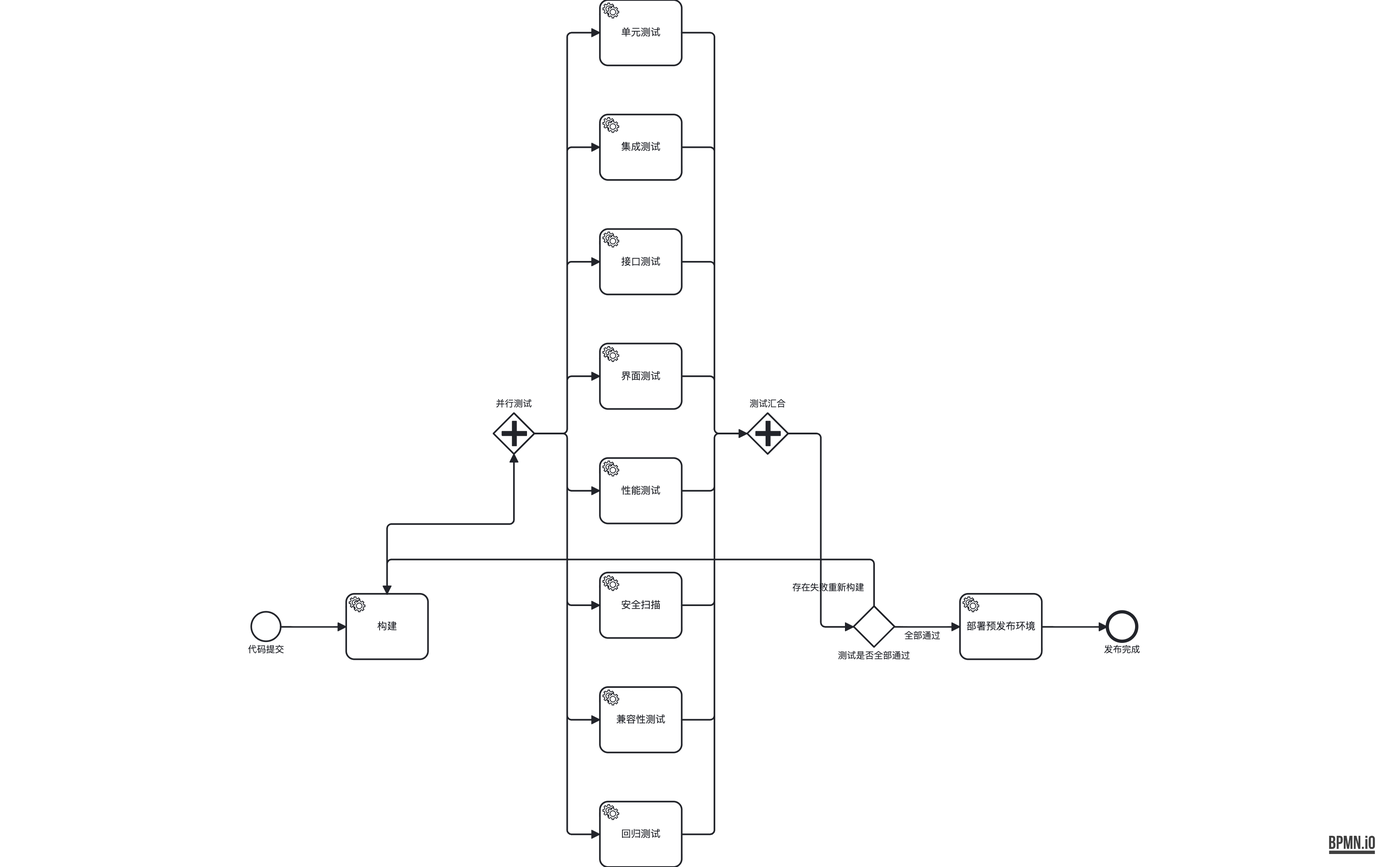
LcpMarvel/tramito-layout keeps this BPMN diagram as out-bpmn-png/101-cicd-parallel-rollback.png. Above is the earlier version. Its source is kept beside it as out-xml/101-cicd-parallel-rollback.bpmn. Ids are renumbered. Source of this version:
```xml
<bpmn:definitions xmlns:bpmn="http://www.omg.org/spec/BPMN/20100524/MODEL" xmlns:bpmndi="http://www.omg.org/spec/BPMN/20100524/DI" xmlns:dc="http://www.omg.org/spec/DD/20100524/DC" xmlns:di="http://www.omg.org/spec/DD/20100524/DI" id="definitions_cicd_parallel_rollback" targetNamespace="http://example.com/cicd-parallel-rollback" exporter="ELK-BPMN Test Generator" exporterVersion="1.0">
  <bpmn:process id="process_cicd" name="持续集成发布流水线" isExecutable="true">
    <bpmn:startEvent id="start_commit" name="代码提交">
      <bpmn:outgoing>f_commit_build</bpmn:outgoing>
    </bpmn:startEvent>
    <bpmn:serviceTask id="task_build" name="构建">
      <bpmn:incoming>f_commit_build</bpmn:incoming>
      <bpmn:incoming>f_check_fail</bpmn:incoming>
      <bpmn:outgoing>f_build_fork</bpmn:outgoing>
    </bpmn:serviceTask>
    <bpmn:parallelGateway id="gw_fork_tests" name="并行测试" gatewayDirection="Diverging">
      <bpmn:incoming>f_build_fork</bpmn:incoming>
      <bpmn:outgoing>f_fork_unit</bpmn:outgoing>
      <bpmn:outgoing>f_fork_integration</bpmn:outgoing>
      <bpmn:outgoing>f_fork_api</bpmn:outgoing>
      <bpmn:outgoing>f_fork_ui</bpmn:outgoing>
      <bpmn:outgoing>f_fork_perf</bpmn:outgoing>
      <bpmn:outgoing>f_fork_security</bpmn:outgoing>
      <bpmn:outgoing>f_fork_compat</bpmn:outgoing>
      <bpmn:outgoing>f_fork_regression</bpmn:outgoing>
    </bpmn:parallelGateway>
    <bpmn:serviceTask id="task_test_unit" name="单元测试">
      <bpmn:incoming>f_fork_unit</bpmn:incoming>
      <bpmn:outgoing>f_unit_join</bpmn:outgoing>
    </bpmn:serviceTask>
    <bpmn:serviceTask id="task_test_integration" name="集成测试">
      <bpmn:incoming>f_fork_integration</bpmn:incoming>
      <bpmn:outgoing>f_integration_join</bpmn:outgoing>
    </bpmn:serviceTask>
    <bpmn:serviceTask id="task_test_api" name="接口测试">
      <bpmn:incoming>f_fork_api</bpmn:incoming>
      <bpmn:outgoing>f_api_join</bpmn:outgoing>
    </bpmn:serviceTask>
    <bpmn:serviceTask id="task_test_ui" name="界面测试">
      <bpmn:incoming>f_fork_ui</bpmn:incoming>
      <bpmn:outgoing>f_ui_join</bpmn:outgoing>
    </bpmn:serviceTask>
    <bpmn:serviceTask id="task_test_perf" name="性能测试">
      <bpmn:incoming>f_fork_perf</bpmn:incoming>
      <bpmn:outgoing>f_perf_join</bpmn:outgoing>
    </bpmn:serviceTask>
    <bpmn:serviceTask id="task_test_security" name="安全扫描">
      <bpmn:incoming>f_fork_security</bpmn:incoming>
      <bpmn:outgoing>f_security_join</bpmn:outgoing>
    </bpmn:serviceTask>
    <bpmn:serviceTask id="task_test_compat" name="兼容性测试">
      <bpmn:incoming>f_fork_compat</bpmn:incoming>
      <bpmn:outgoing>f_compat_join</bpmn:outgoing>
    </bpmn:serviceTask>
    <bpmn:serviceTask id="task_test_regression" name="回归测试">
      <bpmn:incoming>f_fork_regression</bpmn:incoming>
      <bpmn:outgoing>f_regression_join</bpmn:outgoing>
    </bpmn:serviceTask>
    <bpmn:parallelGateway id="gw_join_tests" name="测试汇合" gatewayDirection="Converging">
      <bpmn:incoming>f_unit_join</bpmn:incoming>
      <bpmn:incoming>f_integration_join</bpmn:incoming>
      <bpmn:incoming>f_api_join</bpmn:incoming>
      <bpmn:incoming>f_ui_join</bpmn:incoming>
      <bpmn:incoming>f_perf_join</bpmn:incoming>
      <bpmn:incoming>f_security_join</bpmn:incoming>
      <bpmn:incoming>f_compat_join</bpmn:incoming>
      <bpmn:incoming>f_regression_join</bpmn:incoming>
      <bpmn:outgoing>f_join_check</bpmn:outgoing>
    </bpmn:parallelGateway>
    <bpmn:exclusiveGateway id="gw_check_result" name="测试是否全部通过" gatewayDirection="Diverging">
      <bpmn:incoming>f_join_check</bpmn:incoming>
      <bpmn:outgoing>f_check_fail</bpmn:outgoing>
      <bpmn:outgoing>f_check_pass</bpmn:outgoing>
    </bpmn:exclusiveGateway>
    <bpmn:serviceTask id="task_deploy" name="部署预发布环境">
      <bpmn:incoming>f_check_pass</bpmn:incoming>
      <bpmn:outgoing>f_deploy_release</bpmn:outgoing>
    </bpmn:serviceTask>
    <bpmn:endEvent id="end_released" name="发布完成">
      <bpmn:incoming>f_deploy_release</bpmn:incoming>
    </bpmn:endEvent>
    <bpmn:sequenceFlow id="f_commit_build" sourceRef="start_commit" targetRef="task_build" />
    <bpmn:sequenceFlow id="f_build_fork" sourceRef="task_build" targetRef="gw_fork_tests" />
    <bpmn:sequenceFlow id="f_fork_unit" sourceRef="gw_fork_tests" targetRef="task_test_unit" />
    <bpmn:sequenceFlow id="f_fork_integration" sourceRef="gw_fork_tests" targetRef="task_test_integration" />
    <bpmn:sequenceFlow id="f_fork_api" sourceRef="gw_fork_tests" targetRef="task_test_api" />
    <bpmn:sequenceFlow id="f_fork_ui" sourceRef="gw_fork_tests" targetRef="task_test_ui" />
    <bpmn:sequenceFlow id="f_fork_perf" sourceRef="gw_fork_tests" targetRef="task_test_perf" />
    <bpmn:sequenceFlow id="f_fork_security" sourceRef="gw_fork_tests" targetRef="task_test_security" />
    <bpmn:sequenceFlow id="f_fork_compat" sourceRef="gw_fork_tests" targetRef="task_test_compat" />
    <bpmn:sequenceFlow id="f_fork_regression" sourceRef="gw_fork_tests" targetRef="task_test_regression" />
    <bpmn:sequenceFlow id="f_unit_join" sourceRef="task_test_unit" targetRef="gw_join_tests" />
    <bpmn:sequenceFlow id="f_integration_join" sourceRef="task_test_integration" targetRef="gw_join_tests" />
    <bpmn:sequenceFlow id="f_api_join" sourceRef="task_test_api" targetRef="gw_join_tests" />
    <bpmn:sequenceFlow id="f_ui_join" sourceRef="task_test_ui" targetRef="gw_join_tests" />
    <bpmn:sequenceFlow id="f_perf_join" sourceRef="task_test_perf" targetRef="gw_join_tests" />
    <bpmn:sequenceFlow id="f_security_join" sourceRef="task_test_security" targetRef="gw_join_tests" />
    <bpmn:sequenceFlow id="f_compat_join" sourceRef="task_test_compat" targetRef="gw_join_tests" />
    <bpmn:sequenceFlow id="f_regression_join" sourceRef="task_test_regression" targetRef="gw_join_tests" />
    <bpmn:sequenceFlow id="f_join_check" sourceRef="gw_join_tests" targetRef="gw_check_result" />
    <bpmn:sequenceFlow id="f_check_fail" name="存在失败重新构建" sourceRef="gw_check_result" targetRef="task_build" />
    <bpmn:sequenceFlow id="f_check_pass" name="全部通过" sourceRef="gw_check_result" targetRef="task_deploy" />
    <bpmn:sequenceFlow id="f_deploy_release" sourceRef="task_deploy" targetRef="end_released" />
  </bpmn:process>
  <bpmndi:BPMNDiagram id="BPMNDiagram_definitions_cicd_parallel_rollback" name="BPMNDiagram">
    <bpmndi:BPMNPlane id="BPMNPlane_definitions_cicd_parallel_rollback" bpmnElement="process_cicd">
      <bpmndi:BPMNShape id="process_cicd_di" bpmnElement="process_cicd">
        <dc:Bounds x="0" y="0" width="1164" height="1134.9999999999998" />
      </bpmndi:BPMNShape>
      <bpmndi:BPMNShape id="start_commit_di" bpmnElement="start_commit">
        <dc:Bounds x="62" y="780.3888888888889" width="36" height="36" />
        <bpmndi:BPMNLabel>
          <dc:Bounds x="52" y="820.3888888888889" width="56" height="14" />
        </bpmndi:BPMNLabel>
      </bpmndi:BPMNShape>
      <bpmndi:BPMNShape id="task_build_di" bpmnElement="task_build">
        <dc:Bounds x="178" y="758.3888888888889" width="100" height="80" />
      </bpmndi:BPMNShape>
      <bpmndi:BPMNShape id="gw_fork_tests_di" bpmnElement="gw_fork_tests">
        <dc:Bounds x="358" y="537" width="50" height="50" />
        <bpmndi:BPMNLabel>
          <dc:Bounds x="355" y="519" width="56" height="14" />
        </bpmndi:BPMNLabel>
      </bpmndi:BPMNShape>
      <bpmndi:BPMNShape id="task_test_unit_di" bpmnElement="task_test_unit">
        <dc:Bounds x="488" y="32" width="100" height="80" />
      </bpmndi:BPMNShape>
      <bpmndi:BPMNShape id="task_test_integration_di" bpmnElement="task_test_integration">
        <dc:Bounds x="488" y="172" width="100" height="80" />
      </bpmndi:BPMNShape>
      <bpmndi:BPMNShape id="task_test_api_di" bpmnElement="task_test_api">
        <dc:Bounds x="488" y="312" width="100" height="80" />
      </bpmndi:BPMNShape>
      <bpmndi:BPMNShape id="task_test_ui_di" bpmnElement="task_test_ui">
        <dc:Bounds x="488" y="452" width="100" height="80" />
      </bpmndi:BPMNShape>
      <bpmndi:BPMNShape id="task_test_perf_di" bpmnElement="task_test_perf">
        <dc:Bounds x="488" y="592" width="100" height="80" />
      </bpmndi:BPMNShape>
      <bpmndi:BPMNShape id="task_test_security_di" bpmnElement="task_test_security">
        <dc:Bounds x="488" y="732" width="100" height="80" />
      </bpmndi:BPMNShape>
      <bpmndi:BPMNShape id="task_test_compat_di" bpmnElement="task_test_compat">
        <dc:Bounds x="488" y="872" width="100" height="80" />
      </bpmndi:BPMNShape>
      <bpmndi:BPMNShape id="task_test_regression_di" bpmnElement="task_test_regression">
        <dc:Bounds x="488" y="1012" width="100" height="80" />
      </bpmndi:BPMNShape>
      <bpmndi:BPMNShape id="gw_join_tests_di" bpmnElement="gw_join_tests">
        <dc:Bounds x="668" y="537" width="50" height="50" />
        <bpmndi:BPMNLabel>
          <dc:Bounds x="665" y="519" width="56" height="14" />
        </bpmndi:BPMNLabel>
      </bpmndi:BPMNShape>
      <bpmndi:BPMNShape id="gw_check_result_di" bpmnElement="gw_check_result">
        <dc:Bounds x="798" y="773.3888888888889" width="50" height="50" />
        <bpmndi:BPMNLabel>
          <dc:Bounds x="767" y="827.3888888888889" width="112" height="14" />
        </bpmndi:BPMNLabel>
      </bpmndi:BPMNShape>
      <bpmndi:BPMNShape id="task_deploy_di" bpmnElement="task_deploy">
        <dc:Bounds x="928" y="758.3888888888889" width="100" height="80" />
      </bpmndi:BPMNShape>
      <bpmndi:BPMNShape id="end_released_di" bpmnElement="end_released">
        <dc:Bounds x="1108" y="780.3888888888889" width="36" height="36" />
        <bpmndi:BPMNLabel>
          <dc:Bounds x="1098" y="820.3888888888889" width="56" height="14" />
        </bpmndi:BPMNLabel>
      </bpmndi:BPMNShape>
      <bpmndi:BPMNEdge id="f_commit_build_di" bpmnElement="f_commit_build">
        <di:waypoint x="98" y="798.3888888888889" />
        <di:waypoint x="178" y="798.3888888888889" />
      </bpmndi:BPMNEdge>
      <bpmndi:BPMNEdge id="f_build_fork_di" bpmnElement="f_build_fork">
        <di:waypoint x="228" y="758.3888888888889" />
        <di:waypoint x="228" y="672.6944444444445" />
        <di:waypoint x="383" y="672.6944444444445" />
        <di:waypoint x="383" y="587" />
      </bpmndi:BPMNEdge>
      <bpmndi:BPMNEdge id="f_fork_unit_di" bpmnElement="f_fork_unit">
        <di:waypoint x="408" y="562" />
        <di:waypoint x="448" y="562" />
        <di:waypoint x="448" y="72" />
        <di:waypoint x="488" y="72" />
      </bpmndi:BPMNEdge>
      <bpmndi:BPMNEdge id="f_fork_integration_di" bpmnElement="f_fork_integration">
        <di:waypoint x="408" y="562" />
        <di:waypoint x="448" y="562" />
        <di:waypoint x="448" y="212" />
        <di:waypoint x="488" y="212" />
      </bpmndi:BPMNEdge>
      <bpmndi:BPMNEdge id="f_fork_api_di" bpmnElement="f_fork_api">
        <di:waypoint x="408" y="562" />
        <di:waypoint x="448" y="562" />
        <di:waypoint x="448" y="352" />
        <di:waypoint x="488" y="352" />
      </bpmndi:BPMNEdge>
      <bpmndi:BPMNEdge id="f_fork_ui_di" bpmnElement="f_fork_ui">
        <di:waypoint x="408" y="562" />
        <di:waypoint x="448" y="562" />
        <di:waypoint x="448" y="492" />
        <di:waypoint x="488" y="492" />
      </bpmndi:BPMNEdge>
      <bpmndi:BPMNEdge id="f_fork_perf_di" bpmnElement="f_fork_perf">
        <di:waypoint x="408" y="562" />
        <di:waypoint x="448" y="562" />
        <di:waypoint x="448" y="632" />
        <di:waypoint x="488" y="632" />
      </bpmndi:BPMNEdge>
      <bpmndi:BPMNEdge id="f_fork_security_di" bpmnElement="f_fork_security">
        <di:waypoint x="408" y="562" />
        <di:waypoint x="448" y="562" />
        <di:waypoint x="448" y="772" />
        <di:waypoint x="488" y="772" />
      </bpmndi:BPMNEdge>
      <bpmndi:BPMNEdge id="f_fork_compat_di" bpmnElement="f_fork_compat">
        <di:waypoint x="408" y="562" />
        <di:waypoint x="448" y="562" />
        <di:waypoint x="448" y="912" />
        <di:waypoint x="488" y="912" />
      </bpmndi:BPMNEdge>
      <bpmndi:BPMNEdge id="f_fork_regression_di" bpmnElement="f_fork_regression">
        <di:waypoint x="408" y="562" />
        <di:waypoint x="448" y="562" />
        <di:waypoint x="448" y="1052" />
        <di:waypoint x="488" y="1052" />
      </bpmndi:BPMNEdge>
      <bpmndi:BPMNEdge id="f_unit_join_di" bpmnElement="f_unit_join">
        <di:waypoint x="588" y="72" />
        <di:waypoint x="628" y="72" />
        <di:waypoint x="628" y="562" />
        <di:waypoint x="668" y="562" />
      </bpmndi:BPMNEdge>
      <bpmndi:BPMNEdge id="f_integration_join_di" bpmnElement="f_integration_join">
        <di:waypoint x="588" y="212" />
        <di:waypoint x="628" y="212" />
        <di:waypoint x="628" y="562" />
        <di:waypoint x="668" y="562" />
      </bpmndi:BPMNEdge>
      <bpmndi:BPMNEdge id="f_api_join_di" bpmnElement="f_api_join">
        <di:waypoint x="588" y="352" />
        <di:waypoint x="628" y="352" />
        <di:waypoint x="628" y="562" />
        <di:waypoint x="668" y="562" />
      </bpmndi:BPMNEdge>
      <bpmndi:BPMNEdge id="f_ui_join_di" bpmnElement="f_ui_join">
        <di:waypoint x="588" y="492" />
        <di:waypoint x="628" y="492" />
        <di:waypoint x="628" y="562" />
        <di:waypoint x="668" y="562" />
      </bpmndi:BPMNEdge>
      <bpmndi:BPMNEdge id="f_perf_join_di" bpmnElement="f_perf_join">
        <di:waypoint x="588" y="632" />
        <di:waypoint x="628" y="632" />
        <di:waypoint x="628" y="562" />
        <di:waypoint x="668" y="562" />
      </bpmndi:BPMNEdge>
      <bpmndi:BPMNEdge id="f_security_join_di" bpmnElement="f_security_join">
        <di:waypoint x="588" y="772" />
        <di:waypoint x="628" y="772" />
        <di:waypoint x="628" y="562" />
        <di:waypoint x="668" y="562" />
      </bpmndi:BPMNEdge>
      <bpmndi:BPMNEdge id="f_compat_join_di" bpmnElement="f_compat_join">
        <di:waypoint x="588" y="912" />
        <di:waypoint x="628" y="912" />
        <di:waypoint x="628" y="562" />
        <di:waypoint x="668" y="562" />
      </bpmndi:BPMNEdge>
      <bpmndi:BPMNEdge id="f_regression_join_di" bpmnElement="f_regression_join">
        <di:waypoint x="588" y="1052" />
        <di:waypoint x="628" y="1052" />
        <di:waypoint x="628" y="562" />
        <di:waypoint x="668" y="562" />
      </bpmndi:BPMNEdge>
      <bpmndi:BPMNEdge id="f_join_check_di" bpmnElement="f_join_check">
        <di:waypoint x="718" y="562" />
        <di:waypoint x="758" y="562" />
        <di:waypoint x="758" y="798.3888888888889" />
        <di:waypoint x="798" y="798.3888888888889" />
      </bpmndi:BPMNEdge>
      <bpmndi:BPMNEdge id="f_check_fail_di" bpmnElement="f_check_fail">
        <di:waypoint x="823" y="773.3888888888889" />
        <di:waypoint x="823" y="716" />
        <di:waypoint x="228" y="716" />
        <di:waypoint x="228" y="758.3888888888889" />
        <bpmndi:BPMNLabel>
          <dc:Bounds x="716" y="744.3888888888889" width="102" height="14" />
        </bpmndi:BPMNLabel>
      </bpmndi:BPMNEdge>
      <bpmndi:BPMNEdge id="f_check_pass_di" bpmnElement="f_check_pass">
        <di:waypoint x="848" y="798.3888888888889" />
        <di:waypoint x="928" y="798.3888888888889" />
        <bpmndi:BPMNLabel>
          <dc:Bounds x="855" y="803.3888888888889" width="54" height="14" />
        </bpmndi:BPMNLabel>
      </bpmndi:BPMNEdge>
      <bpmndi:BPMNEdge id="f_deploy_release_di" bpmnElement="f_deploy_release">
        <di:waypoint x="1028" y="798.3888888888889" />
        <di:waypoint x="1108" y="798.3888888888889" />
      </bpmndi:BPMNEdge>
    </bpmndi:BPMNPlane>
  </bpmndi:BPMNDiagram>
</bpmn:definitions>
```
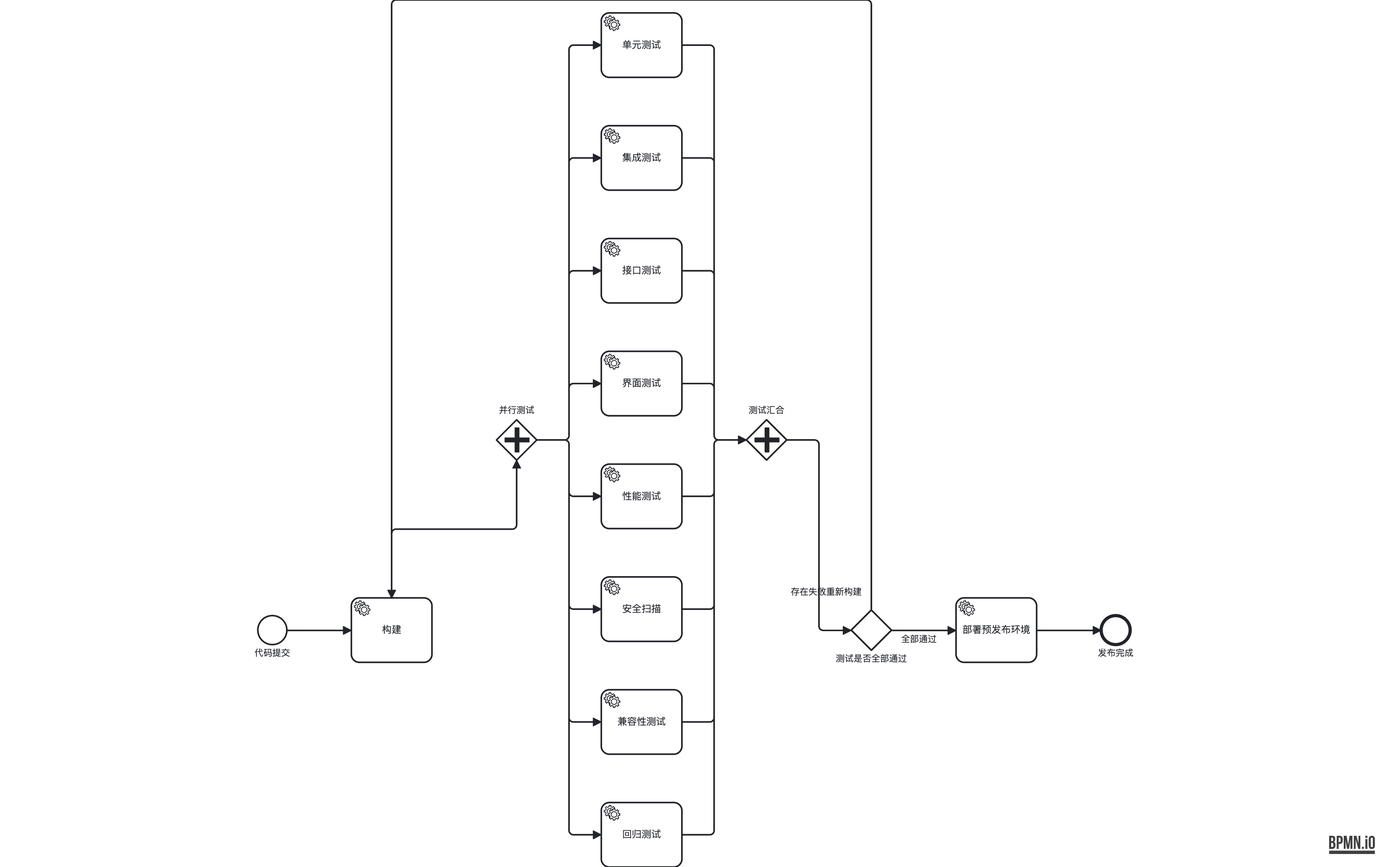
The same file after the commit.

Change to the diagram source:
```diff
@@ -276,8 +276,8 @@
       </bpmndi:BPMNEdge>
       <bpmndi:BPMNEdge id="f_check_fail_di" bpmnElement="f_check_fail">
         <di:waypoint x="823" y="773.3888888888889" />
-        <di:waypoint x="823" y="716" />
-        <di:waypoint x="228" y="716" />
+        <di:waypoint x="823" y="16" />
+        <di:waypoint x="228" y="16" />
         <di:waypoint x="228" y="758.3888888888889" />
         <bpmndi:BPMNLabel>
           <dc:Bounds x="716" y="744.3888888888889" width="102" height="14" />
```
